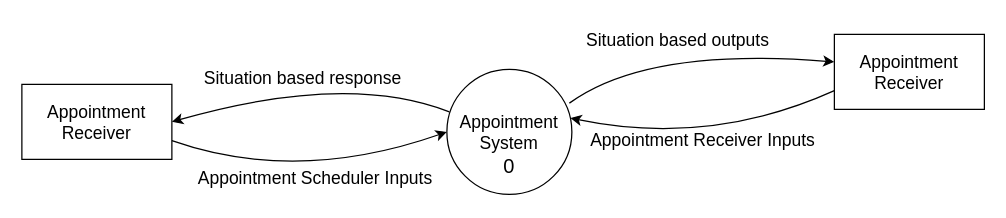
Above: DataFlow Diagram.drawio in Yash7200/CP-1 (draw.io), before the change. Source tidied: cells renumbered, new cells numbered last; positions are measured from the earlier drawing's top-left corner, leaving out a move shared by most shapes. Both pictures are drawn from the tidied source at 125%, with x=0, y=0 at pixel (21, 21).
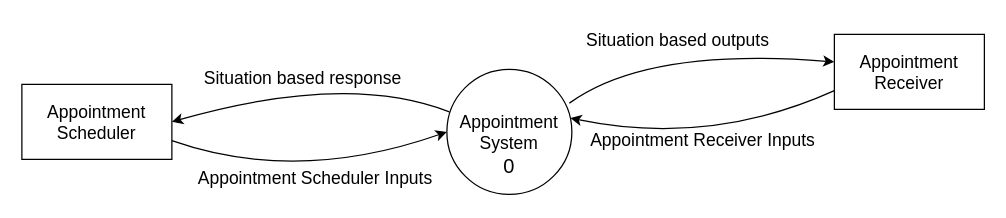
After the change.

Commit message:
Update DataFlow Diagram 1.5.drawio

Diff of the diagram source:
```diff
@@
 <mxGraphModel>
   <root>
     <mxCell id="0" />
     <mxCell id="1" parent="0" />
     <mxCell id="2" value="&lt;div style=&quot;font-size: 14px;&quot;&gt;Appointment&lt;/div&gt;&lt;div style=&quot;font-size: 14px;&quot;&gt;System&lt;br style=&quot;font-size: 14px;&quot;&gt;&lt;/div&gt;" style="ellipse;whiteSpace=wrap;html=1;fillColor=none;fontSize=14;" parent="1" vertex="1">
       <mxGeometry x="340" y="38" width="100" height="100" as="geometry" />
     </mxCell>
     <mxCell id="3" style="curved=1;endArrow=classic;html=1;rounded=0;fontSize=14;exitX=0.98;exitY=0.27;exitDx=0;exitDy=0;entryX=0;entryY=0.367;entryDx=0;entryDy=0;entryPerimeter=0;exitPerimeter=0;" parent="1" edge="1" source="2" target="5">
       <mxGeometry relative="1" as="geometry">
         <Array as="points">
           <mxPoint x="500" y="20" />
         </Array>
       </mxGeometry>
     </mxCell>
     <mxCell id="4" style="curved=1;endArrow=classic;html=1;rounded=0;fontSize=14;entryX=0.988;entryY=0.389;entryDx=0;entryDy=0;entryPerimeter=0;exitX=0;exitY=0.75;exitDx=0;exitDy=0;" parent="1" edge="1" source="5" target="2">
       <mxGeometry relative="1" as="geometry">
         <Array as="points">
           <mxPoint x="550" y="100" />
         </Array>
       </mxGeometry>
     </mxCell>
     <mxCell id="5" value="Appointment Receiver" style="rounded=0;whiteSpace=wrap;html=1;fontSize=14;fillColor=none;" parent="1" vertex="1">
       <mxGeometry x="650" y="10" width="120" height="60" as="geometry" />
     </mxCell>
     <mxCell id="6" style="curved=1;endArrow=classic;html=1;rounded=0;fontSize=14;exitX=0.02;exitY=0.34;exitDx=0;exitDy=0;exitPerimeter=0;entryX=1;entryY=0.5;entryDx=0;entryDy=0;" parent="1" edge="1" source="2" target="8">
       <mxGeometry relative="1" as="geometry">
         <Array as="points">
           <mxPoint x="260" y="40" />
         </Array>
       </mxGeometry>
     </mxCell>
     <mxCell id="7" style="curved=1;endArrow=classic;html=1;rounded=0;fontSize=14;entryX=0;entryY=0.5;entryDx=0;entryDy=0;exitX=1;exitY=0.75;exitDx=0;exitDy=0;" parent="1" edge="1" source="8" target="2">
       <mxGeometry relative="1" as="geometry">
         <Array as="points">
           <mxPoint x="220" y="130" />
         </Array>
       </mxGeometry>
     </mxCell>
-    <mxCell id="8" value="Appointment Receiver" style="rounded=0;whiteSpace=wrap;html=1;fontSize=14;fillColor=none;" parent="1" vertex="1">
+    <mxCell id="8" value="Appointment Scheduler" style="rounded=0;whiteSpace=wrap;html=1;fontSize=14;fillColor=none;" parent="1" vertex="1">
       <mxGeometry y="50" width="120" height="60" as="geometry" />
     </mxCell>
     <mxCell id="9" value="Appointment Receiver Inputs" style="text;html=1;strokeColor=none;fillColor=none;align=center;verticalAlign=middle;whiteSpace=wrap;rounded=0;fontSize=14;" parent="1" vertex="1">
       <mxGeometry x="450" y="80" width="190" height="30" as="geometry" />
     </mxCell>
     <mxCell id="10" value="Appointment Scheduler Inputs" style="text;html=1;strokeColor=none;fillColor=none;align=center;verticalAlign=middle;whiteSpace=wrap;rounded=0;fontSize=14;" parent="1" vertex="1">
       <mxGeometry x="140" y="110" width="190" height="30" as="geometry" />
     </mxCell>
     <mxCell id="11" value="Situation based outputs" style="text;html=1;strokeColor=none;fillColor=none;align=center;verticalAlign=middle;whiteSpace=wrap;rounded=0;fontSize=14;" parent="1" vertex="1">
       <mxGeometry x="430" width="190" height="30" as="geometry" />
     </mxCell>
     <mxCell id="12" value="Situation based response" style="text;html=1;strokeColor=none;fillColor=none;align=center;verticalAlign=middle;whiteSpace=wrap;rounded=0;fontSize=14;" parent="1" vertex="1">
       <mxGeometry x="130" y="30" width="190" height="30" as="geometry" />
     </mxCell>
     <mxCell id="13" value="0" style="text;html=1;strokeColor=none;fillColor=none;align=center;verticalAlign=middle;whiteSpace=wrap;rounded=0;fontSize=16;" parent="1" vertex="1">
       <mxGeometry x="360" y="100" width="60" height="30" as="geometry" />
     </mxCell>
   </root>
 </mxGraphModel>
```
